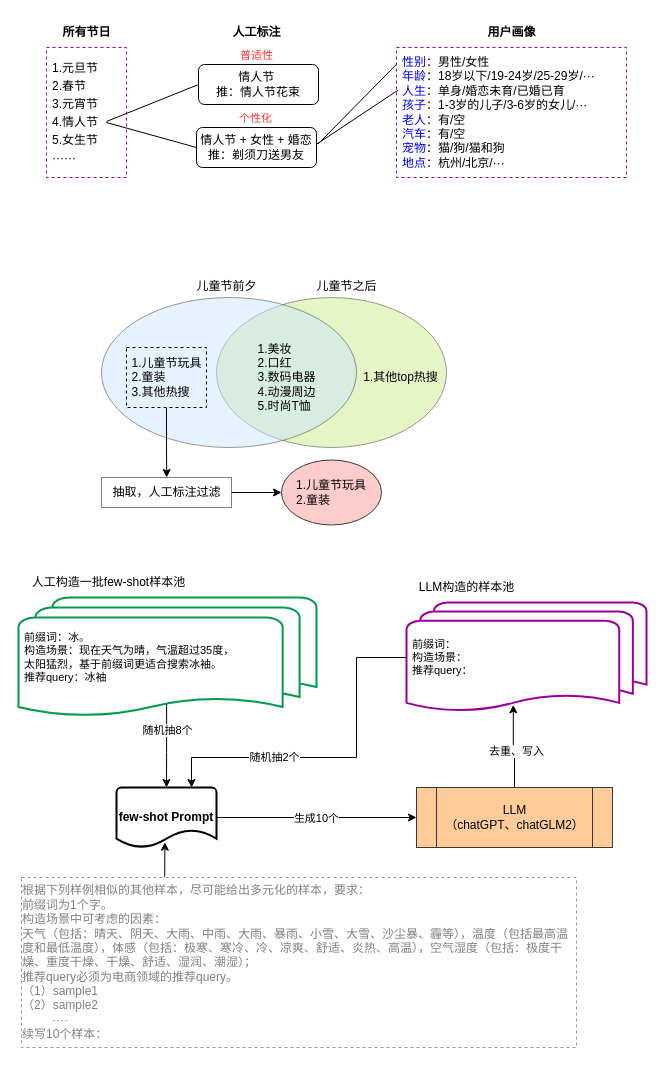
This is page "样本标注" (3 of 4) of Other_img/客观环境LLM建设图.drawio from cheungwoonming/picx-images-hosting, a draw.io file, before an edit. Source tidied: cells renumbered, new cells numbered last; positions are measured from the earlier drawing's top-left corner, leaving out a move shared by most shapes. Both pictures are drawn from the tidied source at 100%, with x=0, y=0 at pixel (18, 17).
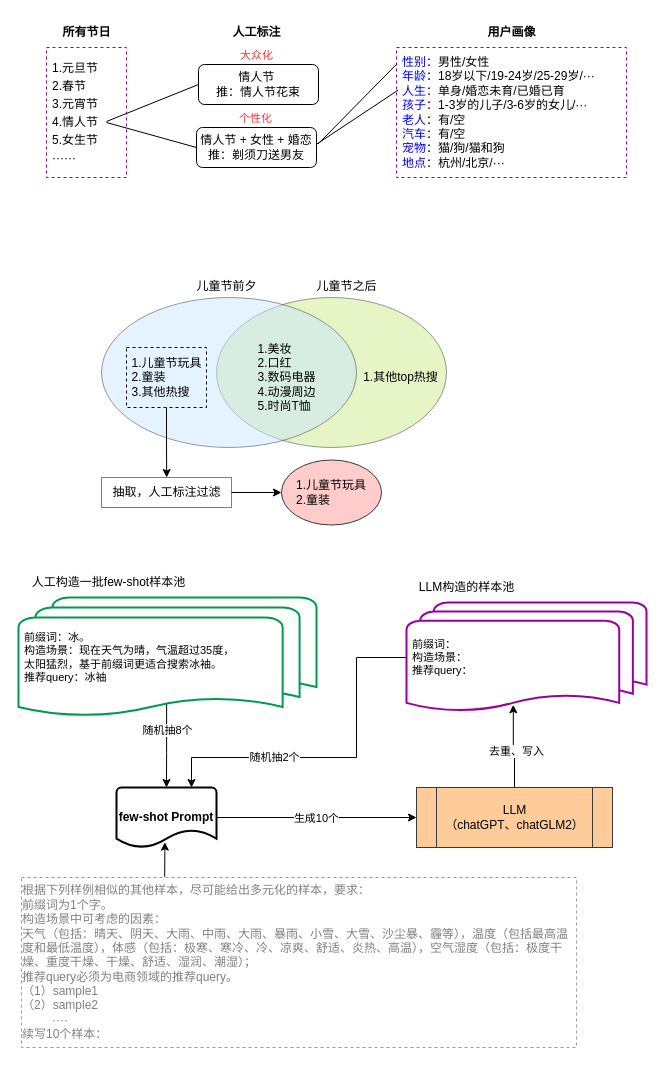
After the change.

Commit message:
更新客观环境LLM建设图.drawio

What changed in the source:
```diff
@@
-    <mxCell id="41" value="&lt;font color=&quot;#ff3333&quot; style=&quot;font-size: 11px;&quot;&gt;普适性&lt;/font&gt;" style="text;html=1;align=center;verticalAlign=middle;strokeColor=none;fillColor=none;" parent="1" vertex="1">
+    <mxCell id="41" value="&lt;font color=&quot;#ff3333&quot; style=&quot;font-size: 11px;&quot;&gt;大众化&lt;/font&gt;" style="text;html=1;align=center;verticalAlign=middle;strokeColor=none;fillColor=none;" parent="1" vertex="1">
       <mxGeometry x="208" y="23" width="60" height="30" as="geometry" />
     </mxCell>
```
